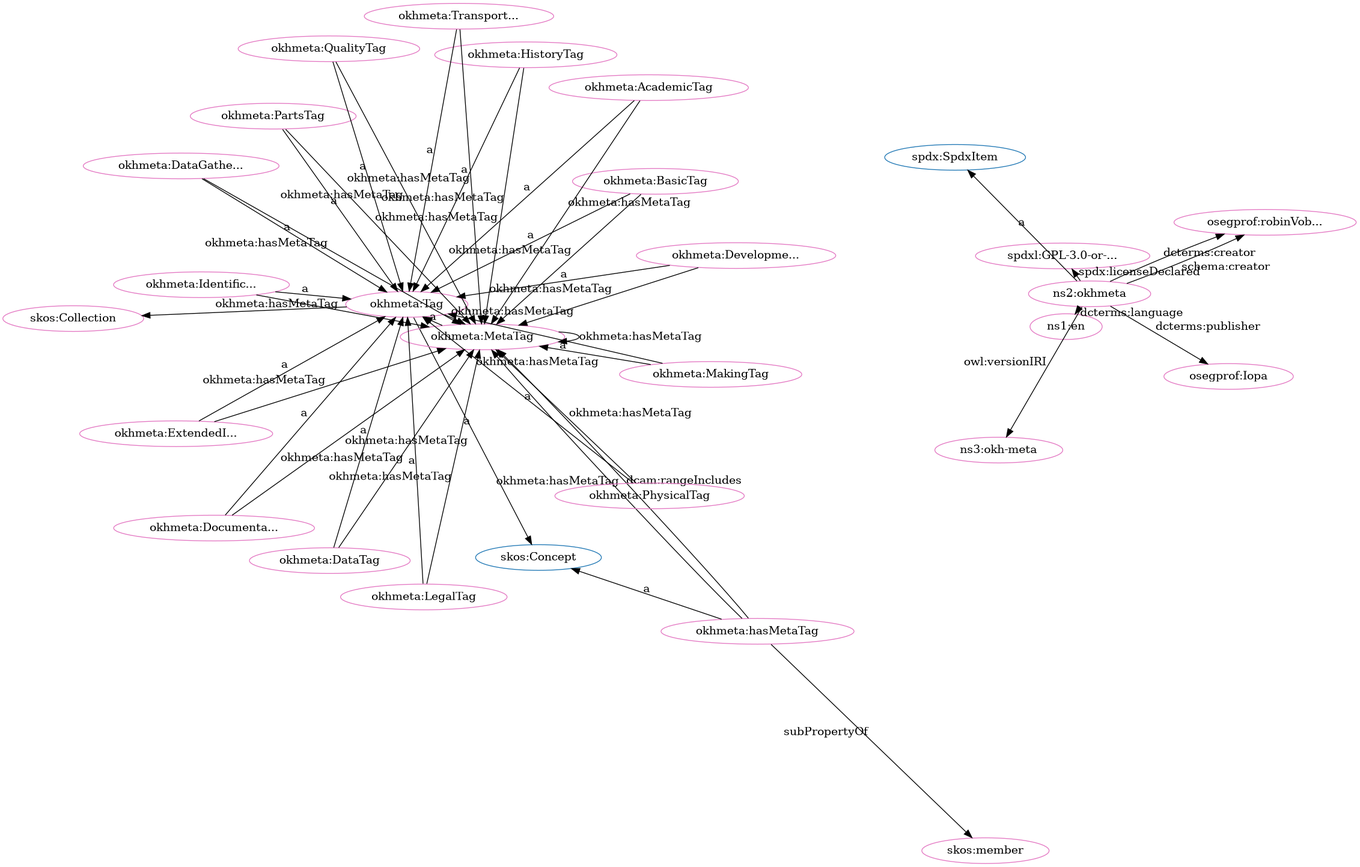
The Graphviz diagram src/spec/fdp_okh-meta-clean.png in iop-alliance/OpenKnowHow, before a commit. Its source is kept beside it as src/spec/fdp_okh-meta-clean.dot.
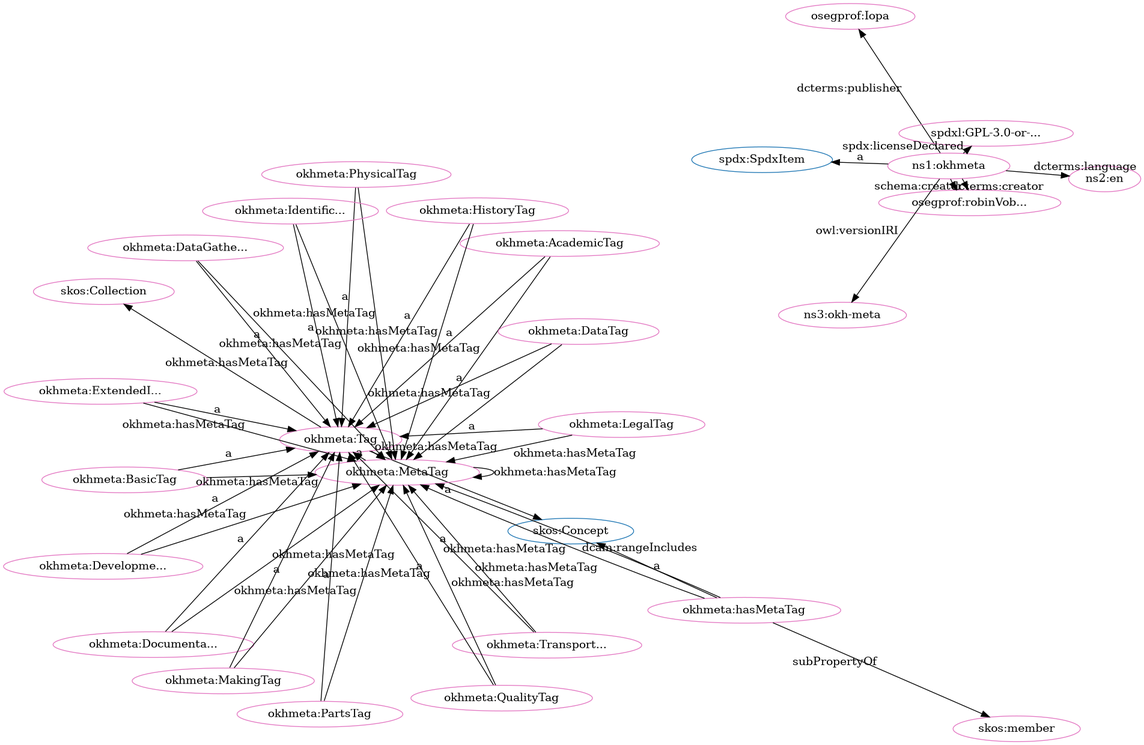
After the commit.

Diff of the diagram source:
```diff
@@ -1,80 +1,80 @@
 digraph G {
   rankdir=BT
   node[height=.3]
+"http://w3id.org/oseg/ont/okhmeta#Tag" [fillcolor="#1f77b4" color="#1f77b4" label="okhmeta:Tag"]
+"http://www.w3.org/2004/02/skos/core#Concept" [fillcolor="#1f77b4" color="#1f77b4" label="skos:Concept"]
 "http://spdx.org/rdf/terms#SpdxItem" [fillcolor="#1f77b4" color="#1f77b4" label="spdx:SpdxItem"]
-"http://www.w3.org/2004/02/skos/core#Concept" [fillcolor="#1f77b4" color="#1f77b4" label="skos:Concept"]
 "http://www.w3.org/2004/02/skos/core#Collection" [fillcolor="#1f77b4" color="#1f77b4" label="skos:Collection"]
-"http://w3id.org/oseg/ont/okhmeta#Tag" [fillcolor="#1f77b4" color="#1f77b4" label="okhmeta:Tag"]
+"http://w3id.org/oseg/ont/okhmeta#MetaTag" [fillcolor="#e377c2" color="#e377c2" label="okhmeta:MetaTag"]
+"http://w3id.org/oseg/ont/oseg-profiles#robinVobruba" [fillcolor="#e377c2" color="#e377c2" label="osegprof:robinVob..."]
+"http://w3id.org/oseg/ont/okhmeta#AcademicTag" [fillcolor="#e377c2" color="#e377c2" label="okhmeta:AcademicTag"]
+"http://w3id.org/oseg/ont/okhmeta#hasMetaTag" [fillcolor="#e377c2" color="#e377c2" label="okhmeta:hasMetaTag"]
+"http://w3id.org/oseg/ont/okhmeta#PartsTag" [fillcolor="#e377c2" color="#e377c2" label="okhmeta:PartsTag"]
 "http://w3id.org/oseg/ont/okhmeta#HistoryTag" [fillcolor="#e377c2" color="#e377c2" label="okhmeta:HistoryTag"]
-"http://w3id.org/oseg/ont/okhmeta#hasMetaTag" [fillcolor="#e377c2" color="#e377c2" label="okhmeta:hasMetaTag"]
+"http://w3id.org/oseg/ont/okhmeta#DevelopmentTag" [fillcolor="#e377c2" color="#e377c2" label="okhmeta:Developme..."]
+"http://w3id.org/oseg/ont/okhmeta#TransportationTag" [fillcolor="#e377c2" color="#e377c2" label="okhmeta:Transport..."]
+"http://w3id.org/oseg/ont/okhmeta#BasicTag" [fillcolor="#e377c2" color="#e377c2" label="okhmeta:BasicTag"]
+"http://w3id.org/oseg/ont/okhmeta#ExtendedInfoTag" [fillcolor="#e377c2" color="#e377c2" label="okhmeta:ExtendedI..."]
+"http://w3id.org/oseg/ont/okhmeta#PhysicalTag" [fillcolor="#e377c2" color="#e377c2" label="okhmeta:PhysicalTag"]
+"http://w3id.org/oseg/ont/okhmeta#IdentificationTag" [fillcolor="#e377c2" color="#e377c2" label="okhmeta:Identific..."]
+"http://w3id.org/oseg/ont/okhmeta" [fillcolor="#e377c2" color="#e377c2" label="ns1:okhmeta"]
+"http://w3id.org/oseg/ont/oseg-profiles#Iopa" [fillcolor="#e377c2" color="#e377c2" label="osegprof:Iopa"]
+"http://w3id.org/oseg/ont/okhmeta#DataTag" [fillcolor="#e377c2" color="#e377c2" label="okhmeta:DataTag"]
+"http://w3id.org/oseg/ont/okhmeta#Tag" [fillcolor="#e377c2" color="#e377c2" label="okhmeta:Tag"]
+"http://www.w3.org/2004/02/skos/core#member" [fillcolor="#e377c2" color="#e377c2" label="skos:member"]
+"http://w3id.org/oseg/ont/okhmeta#DocumentationTag" [fillcolor="#e377c2" color="#e377c2" label="okhmeta:Documenta..."]
+"http://id.loc.gov/vocabulary/iso639-1/en" [fillcolor="#e377c2" color="#e377c2" label="ns2:en"]
+"http://w3id.org/oseg/ont/okhmeta#LegalTag" [fillcolor="#e377c2" color="#e377c2" label="okhmeta:LegalTag"]
+"http://w3id.org/oseg/ont/okhmeta#MakingTag" [fillcolor="#e377c2" color="#e377c2" label="okhmeta:MakingTag"]
+"http://www.w3.org/2004/02/skos/core#Collection" [fillcolor="#e377c2" color="#e377c2" label="skos:Collection"]
+"http://w3id.org/oseg/ont/okhmeta#QualityTag" [fillcolor="#e377c2" color="#e377c2" label="okhmeta:QualityTag"]
+"http://spdx.org/licenses/GPL-3.0-or-later" [fillcolor="#e377c2" color="#e377c2" label="spdxl:GPL-3.0-or-..."]
 "http://w3id.org/oseg/ont/okhmeta#DataGatheringTag" [fillcolor="#e377c2" color="#e377c2" label="okhmeta:DataGathe..."]
-"http://w3id.org/oseg/ont/okhmeta#DocumentationTag" [fillcolor="#e377c2" color="#e377c2" label="okhmeta:Documenta..."]
-"http://w3id.org/oseg/ont/okhmeta#TransportationTag" [fillcolor="#e377c2" color="#e377c2" label="okhmeta:Transport..."]
-"http://w3id.org/oseg/ont/okhmeta#LegalTag" [fillcolor="#e377c2" color="#e377c2" label="okhmeta:LegalTag"]
-"http://www.w3.org/2004/02/skos/core#Collection" [fillcolor="#e377c2" color="#e377c2" label="skos:Collection"]
-"http://w3id.org/oseg/ont/oseg-profiles#Iopa" [fillcolor="#e377c2" color="#e377c2" label="osegprof:Iopa"]
-"http://w3id.org/oseg/ont/okhmeta#MetaTag" [fillcolor="#e377c2" color="#e377c2" label="okhmeta:MetaTag"]
-"http://id.loc.gov/vocabulary/iso639-1/en" [fillcolor="#e377c2" color="#e377c2" label="ns1:en"]
-"http://w3id.org/oseg/ont/okhmeta#DevelopmentTag" [fillcolor="#e377c2" color="#e377c2" label="okhmeta:Developme..."]
-"http://spdx.org/licenses/GPL-3.0-or-later" [fillcolor="#e377c2" color="#e377c2" label="spdxl:GPL-3.0-or-..."]
-"http://w3id.org/oseg/ont/okhmeta" [fillcolor="#e377c2" color="#e377c2" label="ns2:okhmeta"]
-"http://w3id.org/oseg/ont/okhmeta#PhysicalTag" [fillcolor="#e377c2" color="#e377c2" label="okhmeta:PhysicalTag"]
-"http://w3id.org/oseg/ont/oseg-profiles#robinVobruba" [fillcolor="#e377c2" color="#e377c2" label="osegprof:robinVob..."]
-"http://w3id.org/oseg/ont/okhmeta#Tag" [fillcolor="#e377c2" color="#e377c2" label="okhmeta:Tag"]
-"http://w3id.org/oseg/ont/okhmeta#BasicTag" [fillcolor="#e377c2" color="#e377c2" label="okhmeta:BasicTag"]
-"http://w3id.org/oseg/ont/okhmeta#PartsTag" [fillcolor="#e377c2" color="#e377c2" label="okhmeta:PartsTag"]
-"http://www.w3.org/2004/02/skos/core#member" [fillcolor="#e377c2" color="#e377c2" label="skos:member"]
 "http://w3id.org/oseg/ont/1.1.0/okh-meta" [fillcolor="#e377c2" color="#e377c2" label="ns3:okh-meta"]
-"http://w3id.org/oseg/ont/okhmeta#AcademicTag" [fillcolor="#e377c2" color="#e377c2" label="okhmeta:AcademicTag"]
-"http://w3id.org/oseg/ont/okhmeta#MakingTag" [fillcolor="#e377c2" color="#e377c2" label="okhmeta:MakingTag"]
-"http://w3id.org/oseg/ont/okhmeta#IdentificationTag" [fillcolor="#e377c2" color="#e377c2" label="okhmeta:Identific..."]
-"http://w3id.org/oseg/ont/okhmeta#DataTag" [fillcolor="#e377c2" color="#e377c2" label="okhmeta:DataTag"]
-"http://w3id.org/oseg/ont/okhmeta#QualityTag" [fillcolor="#e377c2" color="#e377c2" label="okhmeta:QualityTag"]
-"http://w3id.org/oseg/ont/okhmeta#ExtendedInfoTag" [fillcolor="#e377c2" color="#e377c2" label="okhmeta:ExtendedI..."]
+  "http://w3id.org/oseg/ont/okhmeta#hasMetaTag" -> "http://w3id.org/oseg/ont/okhmeta#MetaTag" [label="okhmeta:hasMetaTag"]
+  "http://w3id.org/oseg/ont/okhmeta#hasMetaTag" -> "http://www.w3.org/2004/02/skos/core#Concept" [label="a"]
+  "http://w3id.org/oseg/ont/okhmeta" -> "http://w3id.org/oseg/ont/oseg-profiles#robinVobruba" [label="schema:creator"]
+  "http://w3id.org/oseg/ont/okhmeta#DevelopmentTag" -> "http://w3id.org/oseg/ont/okhmeta#Tag" [label="a"]
+  "http://w3id.org/oseg/ont/okhmeta#LegalTag" -> "http://w3id.org/oseg/ont/okhmeta#MetaTag" [label="okhmeta:hasMetaTag"]
+  "http://w3id.org/oseg/ont/okhmeta#ExtendedInfoTag" -> "http://w3id.org/oseg/ont/okhmeta#Tag" [label="a"]
+  "http://w3id.org/oseg/ont/okhmeta#Tag" -> "http://w3id.org/oseg/ont/okhmeta#MetaTag" [label="okhmeta:hasMetaTag"]
+  "http://w3id.org/oseg/ont/okhmeta#DevelopmentTag" -> "http://w3id.org/oseg/ont/okhmeta#MetaTag" [label="okhmeta:hasMetaTag"]
+  "http://w3id.org/oseg/ont/okhmeta#PartsTag" -> "http://w3id.org/oseg/ont/okhmeta#MetaTag" [label="okhmeta:hasMetaTag"]
+  "http://w3id.org/oseg/ont/okhmeta#DataTag" -> "http://w3id.org/oseg/ont/okhmeta#Tag" [label="a"]
+  "http://w3id.org/oseg/ont/okhmeta#QualityTag" -> "http://w3id.org/oseg/ont/okhmeta#MetaTag" [label="okhmeta:hasMetaTag"]
+  "http://w3id.org/oseg/ont/okhmeta#Tag" -> "http://www.w3.org/2004/02/skos/core#Concept" [label="a"]
+  "http://w3id.org/oseg/ont/okhmeta#MetaTag" -> "http://w3id.org/oseg/ont/okhmeta#Tag" [label="a"]
+  "http://w3id.org/oseg/ont/okhmeta#hasMetaTag" -> "http://www.w3.org/2004/02/skos/core#member" [label="subPropertyOf"]
+  "http://w3id.org/oseg/ont/okhmeta#DocumentationTag" -> "http://w3id.org/oseg/ont/okhmeta#Tag" [label="a"]
+  "http://w3id.org/oseg/ont/okhmeta" -> "http://id.loc.gov/vocabulary/iso639-1/en" [label="dcterms:language"]
+  "http://w3id.org/oseg/ont/okhmeta#TransportationTag" -> "http://w3id.org/oseg/ont/okhmeta#MetaTag" [label="okhmeta:hasMetaTag"]
+  "http://w3id.org/oseg/ont/okhmeta#PhysicalTag" -> "http://w3id.org/oseg/ont/okhmeta#MetaTag" [label="okhmeta:hasMetaTag"]
+  "http://w3id.org/oseg/ont/okhmeta#MakingTag" -> "http://w3id.org/oseg/ont/okhmeta#Tag" [label="a"]
+  "http://w3id.org/oseg/ont/okhmeta" -> "http://spdx.org/licenses/GPL-3.0-or-later" [label="spdx:licenseDeclared"]
+  "http://w3id.org/oseg/ont/okhmeta#DataGatheringTag" -> "http://w3id.org/oseg/ont/okhmeta#Tag" [label="a"]
+  "http://w3id.org/oseg/ont/okhmeta" -> "http://w3id.org/oseg/ont/1.1.0/okh-meta" [label="owl:versionIRI"]
+  "http://w3id.org/oseg/ont/okhmeta#MakingTag" -> "http://w3id.org/oseg/ont/okhmeta#MetaTag" [label="okhmeta:hasMetaTag"]
+  "http://w3id.org/oseg/ont/okhmeta#DataTag" -> "http://w3id.org/oseg/ont/okhmeta#MetaTag" [label="okhmeta:hasMetaTag"]
+  "http://w3id.org/oseg/ont/okhmeta#DataGatheringTag" -> "http://w3id.org/oseg/ont/okhmeta#MetaTag" [label="okhmeta:hasMetaTag"]
+  "http://w3id.org/oseg/ont/okhmeta" -> "http://w3id.org/oseg/ont/oseg-profiles#robinVobruba" [label="dcterms:creator"]
+  "http://w3id.org/oseg/ont/okhmeta#ExtendedInfoTag" -> "http://w3id.org/oseg/ont/okhmeta#MetaTag" [label="okhmeta:hasMetaTag"]
+  "http://w3id.org/oseg/ont/okhmeta#AcademicTag" -> "http://w3id.org/oseg/ont/okhmeta#Tag" [label="a"]
+  "http://w3id.org/oseg/ont/okhmeta#PartsTag" -> "http://w3id.org/oseg/ont/okhmeta#Tag" [label="a"]
   "http://w3id.org/oseg/ont/okhmeta#HistoryTag" -> "http://w3id.org/oseg/ont/okhmeta#Tag" [label="a"]
-  "http://w3id.org/oseg/ont/okhmeta#hasMetaTag" -> "http://www.w3.org/2004/02/skos/core#Concept" [label="a"]
+  "http://w3id.org/oseg/ont/okhmeta#MetaTag" -> "http://w3id.org/oseg/ont/okhmeta#MetaTag" [label="okhmeta:hasMetaTag"]
+  "http://w3id.org/oseg/ont/okhmeta#DocumentationTag" -> "http://w3id.org/oseg/ont/okhmeta#MetaTag" [label="okhmeta:hasMetaTag"]
   "http://w3id.org/oseg/ont/okhmeta#TransportationTag" -> "http://w3id.org/oseg/ont/okhmeta#Tag" [label="a"]
-  "http://w3id.org/oseg/ont/okhmeta#Tag" -> "http://www.w3.org/2004/02/skos/core#Collection" [label=""]
+  "http://w3id.org/oseg/ont/okhmeta#BasicTag" -> "http://w3id.org/oseg/ont/okhmeta#Tag" [label="a"]
+  "http://w3id.org/oseg/ont/okhmeta#PhysicalTag" -> "http://w3id.org/oseg/ont/okhmeta#Tag" [label="a"]
+  "http://w3id.org/oseg/ont/okhmeta#IdentificationTag" -> "http://w3id.org/oseg/ont/okhmeta#Tag" [label="a"]
+  "http://w3id.org/oseg/ont/okhmeta" -> "http://spdx.org/rdf/terms#SpdxItem" [label="a"]
   "http://w3id.org/oseg/ont/okhmeta" -> "http://w3id.org/oseg/ont/oseg-profiles#Iopa" [label="dcterms:publisher"]
-  "http://w3id.org/oseg/ont/okhmeta#PhysicalTag" -> "http://w3id.org/oseg/ont/okhmeta#MetaTag" [label="okhmeta:hasMetaTag"]
-  "http://w3id.org/oseg/ont/okhmeta#MakingTag" -> "http://w3id.org/oseg/ont/okhmeta#MetaTag" [label="okhmeta:hasMetaTag"]
-  "http://w3id.org/oseg/ont/okhmeta#ExtendedInfoTag" -> "http://w3id.org/oseg/ont/okhmeta#MetaTag" [label="okhmeta:hasMetaTag"]
-  "http://w3id.org/oseg/ont/okhmeta" -> "http://spdx.org/licenses/GPL-3.0-or-later" [label="spdx:licenseDeclared"]
-  "http://w3id.org/oseg/ont/okhmeta" -> "http://spdx.org/rdf/terms#SpdxItem" [label="a"]
-  "http://w3id.org/oseg/ont/okhmeta#DataGatheringTag" -> "http://w3id.org/oseg/ont/okhmeta#MetaTag" [label="okhmeta:hasMetaTag"]
-  "http://w3id.org/oseg/ont/okhmeta#LegalTag" -> "http://w3id.org/oseg/ont/okhmeta#MetaTag" [label="okhmeta:hasMetaTag"]
-  "http://w3id.org/oseg/ont/okhmeta#hasMetaTag" -> "http://www.w3.org/2004/02/skos/core#member" [label="subPropertyOf"]
-  "http://w3id.org/oseg/ont/okhmeta#DevelopmentTag" -> "http://w3id.org/oseg/ont/okhmeta#MetaTag" [label="okhmeta:hasMetaTag"]
-  "http://w3id.org/oseg/ont/okhmeta#MetaTag" -> "http://w3id.org/oseg/ont/okhmeta#MetaTag" [label="okhmeta:hasMetaTag"]
-  "http://w3id.org/oseg/ont/okhmeta#MetaTag" -> "http://w3id.org/oseg/ont/okhmeta#Tag" [label="a"]
-  "http://w3id.org/oseg/ont/okhmeta" -> "http://w3id.org/oseg/ont/oseg-profiles#robinVobruba" [label="dcterms:creator"]
   "http://w3id.org/oseg/ont/okhmeta#BasicTag" -> "http://w3id.org/oseg/ont/okhmeta#MetaTag" [label="okhmeta:hasMetaTag"]
   "http://w3id.org/oseg/ont/okhmeta#IdentificationTag" -> "http://w3id.org/oseg/ont/okhmeta#MetaTag" [label="okhmeta:hasMetaTag"]
-  "http://w3id.org/oseg/ont/okhmeta#DataTag" -> "http://w3id.org/oseg/ont/okhmeta#MetaTag" [label="okhmeta:hasMetaTag"]
-  "http://w3id.org/oseg/ont/okhmeta#QualityTag" -> "http://w3id.org/oseg/ont/okhmeta#MetaTag" [label="okhmeta:hasMetaTag"]
-  "http://w3id.org/oseg/ont/okhmeta#IdentificationTag" -> "http://w3id.org/oseg/ont/okhmeta#Tag" [label="a"]
-  "http://w3id.org/oseg/ont/okhmeta#DataTag" -> "http://w3id.org/oseg/ont/okhmeta#Tag" [label="a"]
+  "http://w3id.org/oseg/ont/okhmeta#AcademicTag" -> "http://w3id.org/oseg/ont/okhmeta#MetaTag" [label="okhmeta:hasMetaTag"]
+  "http://w3id.org/oseg/ont/okhmeta#LegalTag" -> "http://w3id.org/oseg/ont/okhmeta#Tag" [label="a"]
+  "http://w3id.org/oseg/ont/okhmeta#HistoryTag" -> "http://w3id.org/oseg/ont/okhmeta#MetaTag" [label="okhmeta:hasMetaTag"]
+  "http://w3id.org/oseg/ont/okhmeta#hasMetaTag" -> "http://w3id.org/oseg/ont/okhmeta#MetaTag" [label="dcam:rangeIncludes"]
+  "http://w3id.org/oseg/ont/okhmeta#Tag" -> "http://www.w3.org/2004/02/skos/core#Collection" [label=""]
   "http://w3id.org/oseg/ont/okhmeta#QualityTag" -> "http://w3id.org/oseg/ont/okhmeta#Tag" [label="a"]
-  "http://w3id.org/oseg/ont/okhmeta#ExtendedInfoTag" -> "http://w3id.org/oseg/ont/okhmeta#Tag" [label="a"]
-  "http://w3id.org/oseg/ont/okhmeta#DataGatheringTag" -> "http://w3id.org/oseg/ont/okhmeta#Tag" [label="a"]
-  "http://w3id.org/oseg/ont/okhmeta#DocumentationTag" -> "http://w3id.org/oseg/ont/okhmeta#Tag" [label="a"]
-  "http://w3id.org/oseg/ont/okhmeta#LegalTag" -> "http://w3id.org/oseg/ont/okhmeta#Tag" [label="a"]
-  "http://w3id.org/oseg/ont/okhmeta" -> "http://id.loc.gov/vocabulary/iso639-1/en" [label="dcterms:language"]
-  "http://w3id.org/oseg/ont/okhmeta#DevelopmentTag" -> "http://w3id.org/oseg/ont/okhmeta#Tag" [label="a"]
-  "http://w3id.org/oseg/ont/okhmeta#PhysicalTag" -> "http://w3id.org/oseg/ont/okhmeta#Tag" [label="a"]
-  "http://w3id.org/oseg/ont/okhmeta" -> "http://w3id.org/oseg/ont/oseg-profiles#robinVobruba" [label="schema:creator"]
-  "http://w3id.org/oseg/ont/okhmeta#Tag" -> "http://www.w3.org/2004/02/skos/core#Concept" [label="a"]
-  "http://w3id.org/oseg/ont/okhmeta#DocumentationTag" -> "http://w3id.org/oseg/ont/okhmeta#MetaTag" [label="okhmeta:hasMetaTag"]
-  "http://w3id.org/oseg/ont/okhmeta#TransportationTag" -> "http://w3id.org/oseg/ont/okhmeta#MetaTag" [label="okhmeta:hasMetaTag"]
-  "http://w3id.org/oseg/ont/okhmeta#PartsTag" -> "http://w3id.org/oseg/ont/okhmeta#Tag" [label="a"]
-  "http://w3id.org/oseg/ont/okhmeta#BasicTag" -> "http://w3id.org/oseg/ont/okhmeta#Tag" [label="a"]
-  "http://w3id.org/oseg/ont/okhmeta#Tag" -> "http://w3id.org/oseg/ont/okhmeta#MetaTag" [label="okhmeta:hasMetaTag"]
-  "http://w3id.org/oseg/ont/okhmeta" -> "http://w3id.org/oseg/ont/1.1.0/okh-meta" [label="owl:versionIRI"]
-  "http://w3id.org/oseg/ont/okhmeta#hasMetaTag" -> "http://w3id.org/oseg/ont/okhmeta#MetaTag" [label="okhmeta:hasMetaTag"]
-  "http://w3id.org/oseg/ont/okhmeta#AcademicTag" -> "http://w3id.org/oseg/ont/okhmeta#MetaTag" [label="okhmeta:hasMetaTag"]
-  "http://w3id.org/oseg/ont/okhmeta#AcademicTag" -> "http://w3id.org/oseg/ont/okhmeta#Tag" [label="a"]
-  "http://w3id.org/oseg/ont/okhmeta#hasMetaTag" -> "http://w3id.org/oseg/ont/okhmeta#MetaTag" [label="dcam:rangeIncludes"]
-  "http://w3id.org/oseg/ont/okhmeta#MakingTag" -> "http://w3id.org/oseg/ont/okhmeta#Tag" [label="a"]
-  "http://w3id.org/oseg/ont/okhmeta#PartsTag" -> "http://w3id.org/oseg/ont/okhmeta#MetaTag" [label="okhmeta:hasMetaTag"]
-  "http://w3id.org/oseg/ont/okhmeta#HistoryTag" -> "http://w3id.org/oseg/ont/okhmeta#MetaTag" [label="okhmeta:hasMetaTag"]
 }
```
